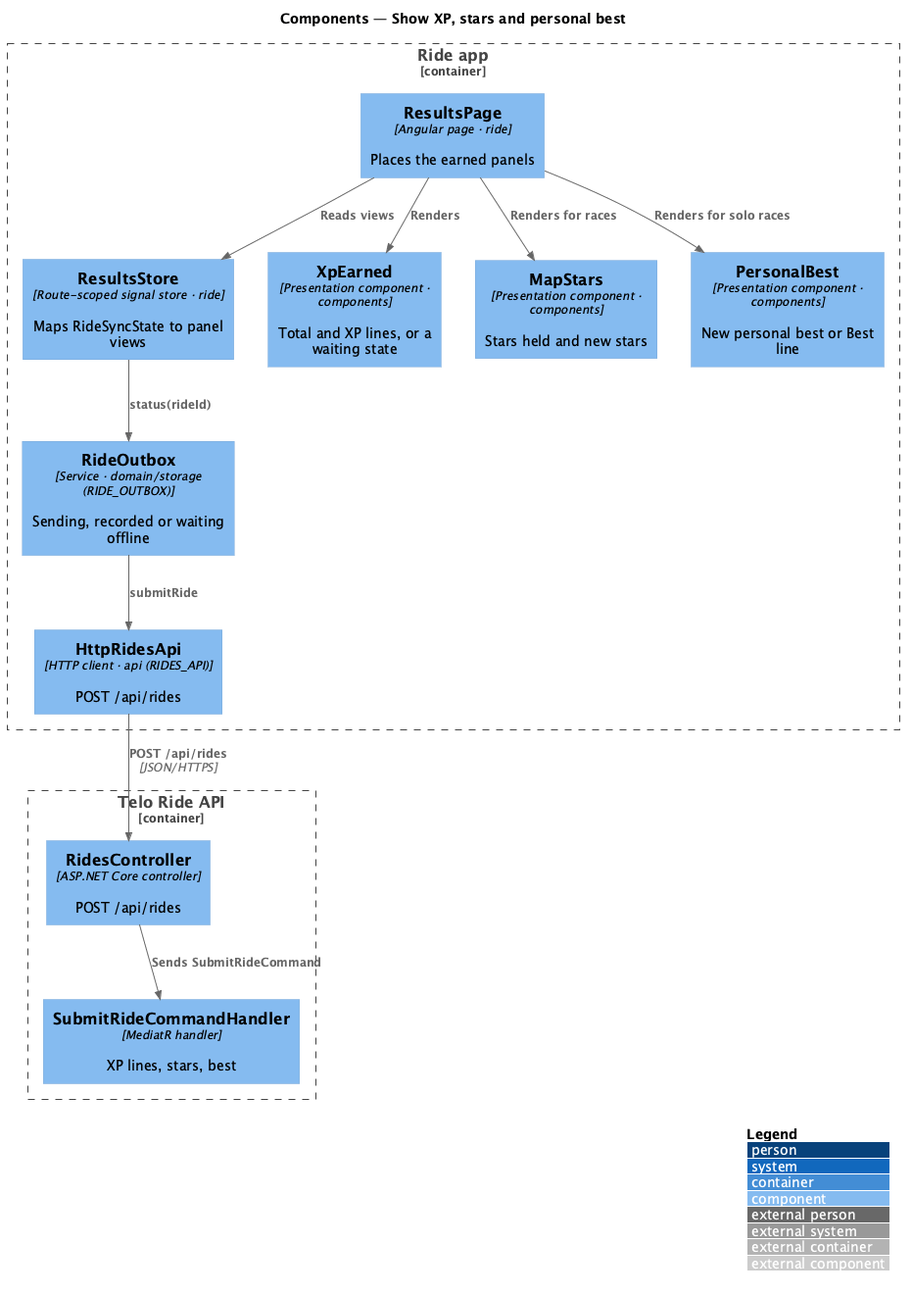
QuinntyneBrown/ride-one keeps this PlantUML diagram as docs/detailed-designs/results/show-xp-stars-and-personal-best/diagrams/c4-component.png. Above is the earlier version.
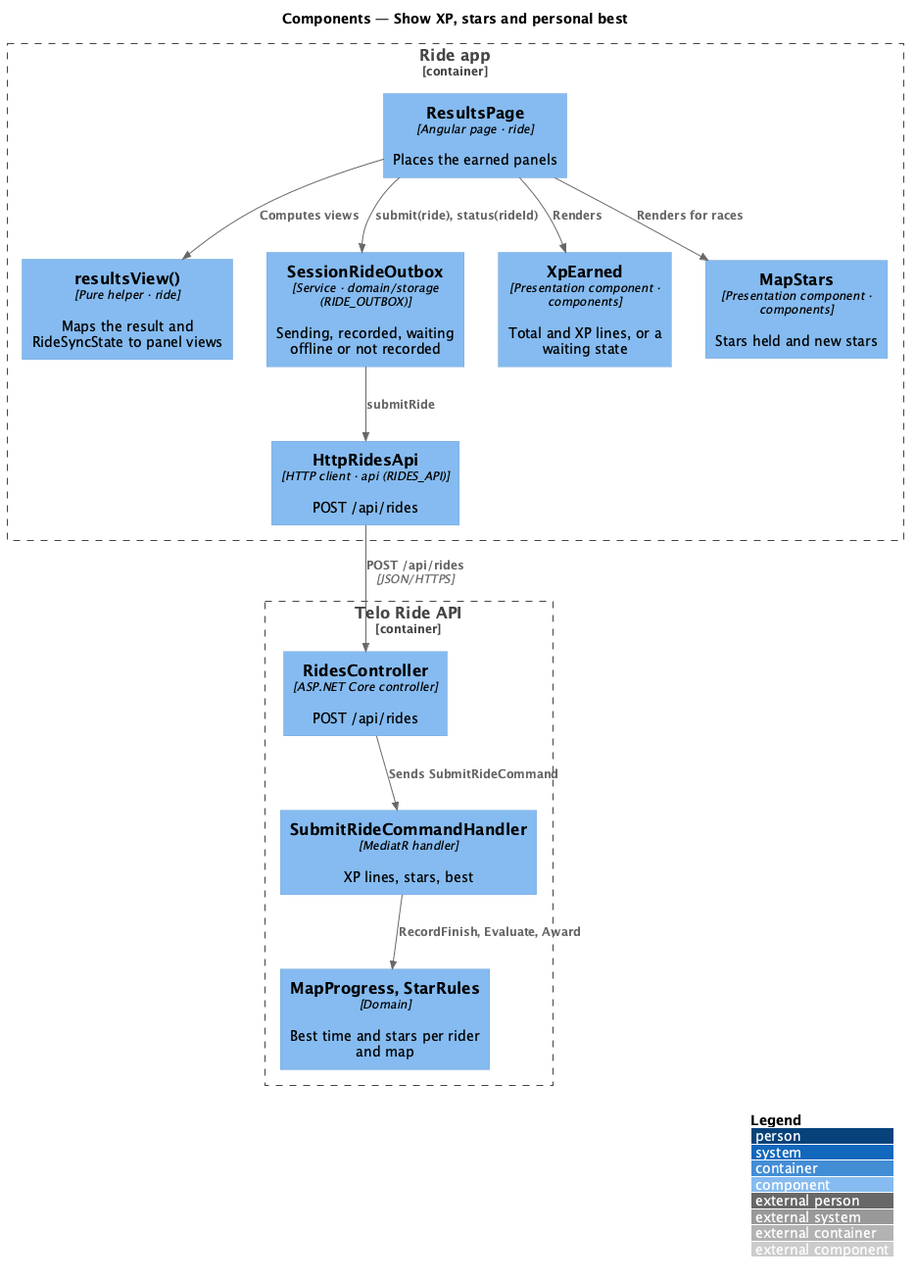
After the change.

Diff of the diagram source:
```diff
@@ -5,23 +5,23 @@
 
 Container_Boundary(app, "Ride app") {
   Component(page, "ResultsPage", "Angular page · ride", "Places the earned panels")
-  Component(store, "ResultsStore", "Route-scoped signal store · ride", "Maps RideSyncState to panel views")
-  Component(outbox, "RideOutbox", "Service · domain/storage (RIDE_OUTBOX)", "Sending, recorded or waiting offline")
+  Component(store, "resultsView()", "Pure helper · ride", "Maps the result and RideSyncState to panel views")
+  Component(outbox, "SessionRideOutbox", "Service · domain/storage (RIDE_OUTBOX)", "Sending, recorded, waiting offline or not recorded")
   Component(ridesapi, "HttpRidesApi", "HTTP client · api (RIDES_API)", "POST /api/rides")
   Component(xp, "XpEarned", "Presentation component · components", "Total and XP lines, or a waiting state")
   Component(stars, "MapStars", "Presentation component · components", "Stars held and new stars")
-  Component(best, "PersonalBest", "Presentation component · components", "New personal best or Best line")
 }
 Container_Boundary(api, "Telo Ride API") {
   Component(ctrl, "RidesController", "ASP.NET Core controller", "POST /api/rides")
   Component(handler, "SubmitRideCommandHandler", "MediatR handler", "XP lines, stars, best")
+  Component(rules, "MapProgress, StarRules", "Domain", "Best time and stars per rider and map")
 }
-Rel(page, store, "Reads views")
-Rel(store, outbox, "status(rideId)")
+Rel(page, outbox, "submit(ride), status(rideId)")
+Rel(page, store, "Computes views")
 Rel(outbox, ridesapi, "submitRide")
 Rel(ridesapi, ctrl, "POST /api/rides", "JSON/HTTPS")
 Rel(ctrl, handler, "Sends SubmitRideCommand")
+Rel(handler, rules, "RecordFinish, Evaluate, Award")
 Rel(page, xp, "Renders")
 Rel(page, stars, "Renders for races")
-Rel(page, best, "Renders for solo races")
 @enduml
```
